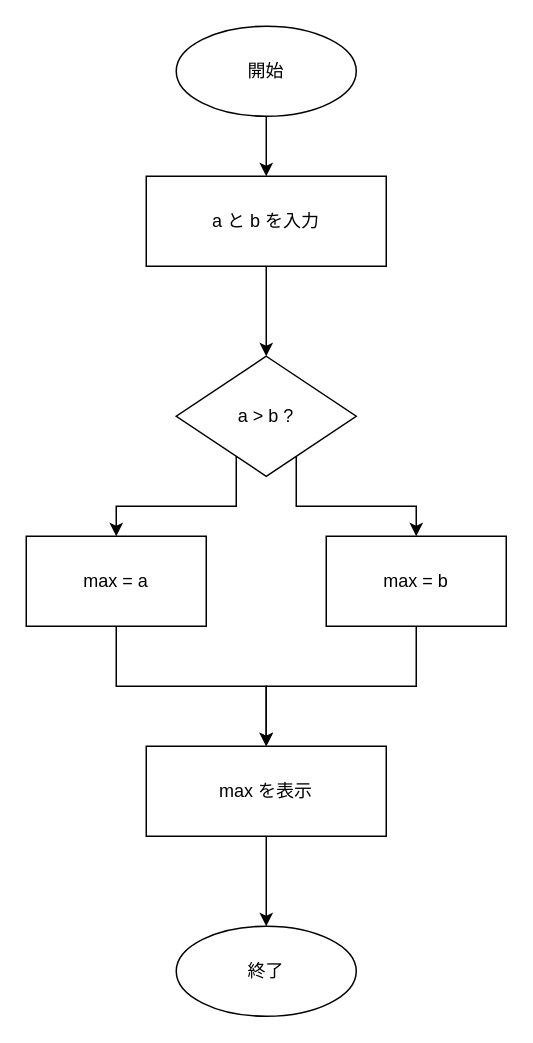
Earlier version of the draw.io diagram 1Q/2/2-2.drawio (12r9p/3E). Source tidied: cells renumbered, new cells numbered last; positions are measured from the earlier drawing's top-left corner, leaving out a move shared by most shapes. Both pictures are drawn from the tidied source at 150%, with x=0, y=0 at pixel (26, 26).
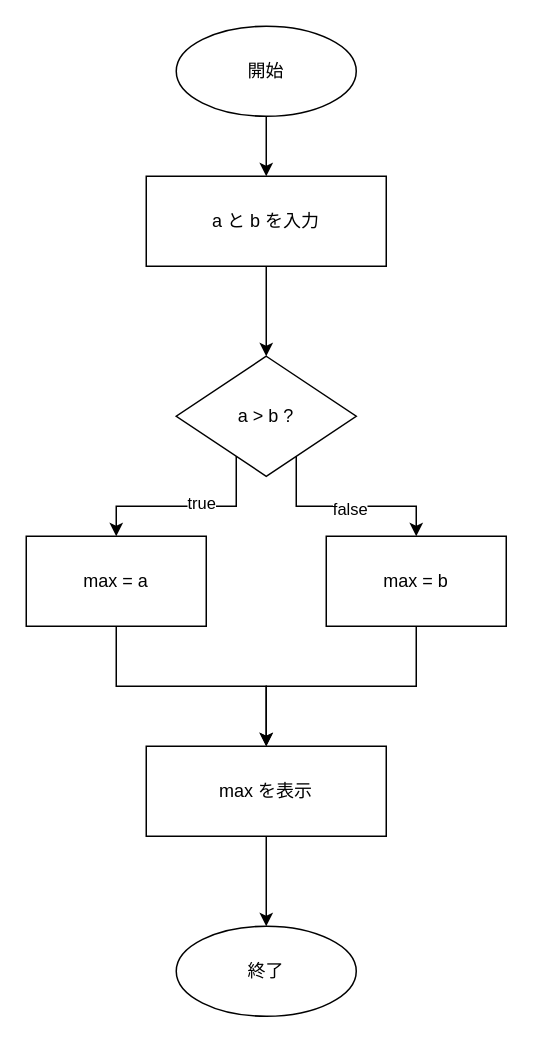
Above is the later version.

Change to the diagram source:
```diff
@@
 <mxGraphModel>
   <root>
     <mxCell id="0" />
     <mxCell id="1" parent="0" />
     <mxCell id="2" value="開始" style="ellipse;whiteSpace=wrap;html=1;" parent="1" vertex="1">
       <mxGeometry x="100" width="120" height="60" as="geometry" />
     </mxCell>
     <mxCell id="3" value="a と b を入力" style="parallelogram;whiteSpace=wrap;html=1;" parent="1" vertex="1">
       <mxGeometry x="80" y="100" width="160" height="60" as="geometry" />
     </mxCell>
     <mxCell id="4" value="a &gt; b ?" style="rhombus;whiteSpace=wrap;html=1;" parent="1" vertex="1">
       <mxGeometry x="100" y="220" width="120" height="80" as="geometry" />
     </mxCell>
     <mxCell id="5" value="max = a" style="rectangle;whiteSpace=wrap;html=1;" parent="1" vertex="1">
       <mxGeometry y="340" width="120" height="60" as="geometry" />
     </mxCell>
     <mxCell id="6" value="max = b" style="rectangle;whiteSpace=wrap;html=1;" parent="1" vertex="1">
       <mxGeometry x="200" y="340" width="120" height="60" as="geometry" />
     </mxCell>
     <mxCell id="7" value="max を表示" style="parallelogram;whiteSpace=wrap;html=1;" parent="1" vertex="1">
       <mxGeometry x="80" y="480" width="160" height="60" as="geometry" />
     </mxCell>
     <mxCell id="8" value="終了" style="ellipse;whiteSpace=wrap;html=1;" parent="1" vertex="1">
       <mxGeometry x="100" y="600" width="120" height="60" as="geometry" />
     </mxCell>
     <mxCell id="9" style="edgeStyle=orthogonalEdgeStyle;rounded=0;html=1;" parent="1" edge="1" source="2" target="3">
       <mxGeometry relative="1" as="geometry" />
     </mxCell>
     <mxCell id="10" style="edgeStyle=orthogonalEdgeStyle;rounded=0;html=1;" parent="1" edge="1" source="3" target="4">
       <mxGeometry relative="1" as="geometry" />
     </mxCell>
     <mxCell id="11" style="edgeStyle=orthogonalEdgeStyle;rounded=0;html=1;exitX=0.25;exitY=1;entryX=0.5;entryY=0;jettySize=auto;" parent="1" edge="1" source="4" target="5">
       <mxGeometry relative="1" as="geometry" />
     </mxCell>
+    <mxCell id="16" value="true" style="edgeLabel;html=1;align=center;verticalAlign=middle;" parent="11" vertex="1">
+      <mxGeometry x="-0.15" y="-3" relative="1" as="geometry" />
+    </mxCell>
     <mxCell id="12" style="edgeStyle=orthogonalEdgeStyle;rounded=0;html=1;exitX=0.75;exitY=1;entryX=0.5;entryY=0;jettySize=auto;" parent="1" edge="1" source="4" target="6">
       <mxGeometry relative="1" as="geometry" />
     </mxCell>
+    <mxCell id="17" value="false" style="edgeLabel;html=1;align=center;verticalAlign=middle;" parent="12" vertex="1">
+      <mxGeometry x="0.03" y="-1" relative="1" as="geometry" />
+    </mxCell>
     <mxCell id="13" style="edgeStyle=orthogonalEdgeStyle;rounded=0;html=1;" parent="1" edge="1" source="5" target="7">
       <mxGeometry relative="1" as="geometry" />
     </mxCell>
     <mxCell id="14" style="edgeStyle=orthogonalEdgeStyle;rounded=0;html=1;" parent="1" edge="1" source="6" target="7">
       <mxGeometry relative="1" as="geometry" />
     </mxCell>
     <mxCell id="15" style="edgeStyle=orthogonalEdgeStyle;rounded=0;html=1;" parent="1" edge="1" source="7" target="8">
       <mxGeometry relative="1" as="geometry" />
     </mxCell>
   </root>
 </mxGraphModel>
```
